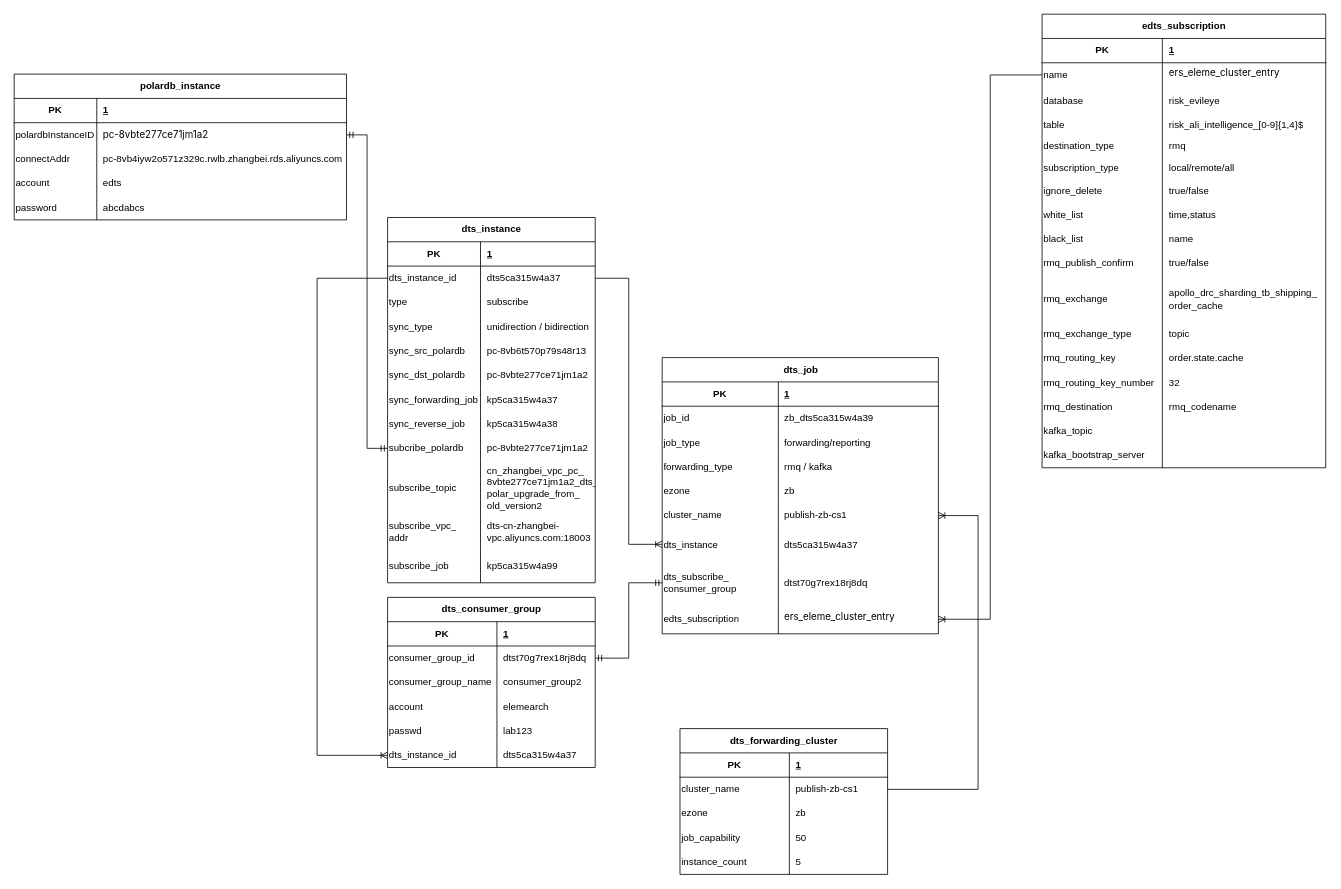
Above: page "edts-database-asso" (8 of 9) of eleme/EDTS.drawio in zhangwm1987/mydraw_io (draw.io), before the change. Source tidied: cells renumbered, new cells numbered last; positions are measured from the earlier drawing's top-left corner, leaving out a move shared by most shapes. Both pictures are drawn from the tidied source at 81%, with x=0, y=0 at pixel (14, 14).
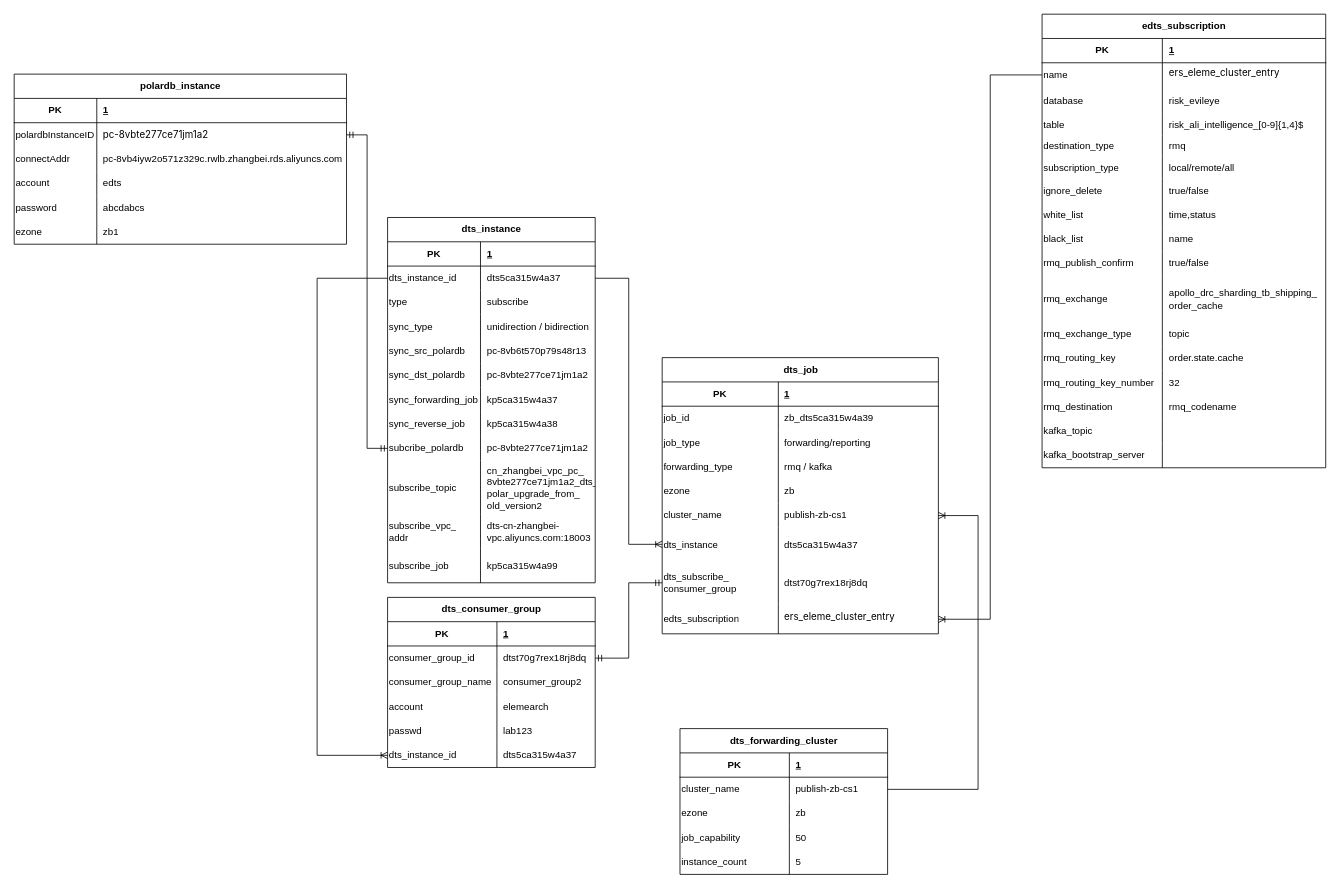
Above is the later version.

Change to the diagram source:
```diff
@@
     <mxCell id="102" value="polardb_instance" style="shape=table;startSize=30;childLayout=tableLayout;rowLines=0;fontStyle=1;align=center;html=1;" parent="1" vertex="1">
-      <mxGeometry y="74" width="410.3" height="180" as="geometry" />
+      <mxGeometry y="74" width="410.3" height="210" as="geometry" />
     </mxCell>
@@
+    <mxCell id="176" style="shape=tableRow;horizontal=0;startSize=0;swimlaneHead=0;swimlaneBody=0;fillColor=none;top=0;left=0;right=0;bottom=0;" parent="102" vertex="1">
+      <mxGeometry y="180" width="410.3" height="30" as="geometry" />
+    </mxCell>
+    <mxCell id="177" value="ezone" style="shape=partialRectangle;fillColor=none;top=0;left=0;bottom=0;right=0;overflow=hidden;whiteSpace=wrap;html=1;align=left;" parent="176" vertex="1">
+      <mxGeometry width="102" height="30" as="geometry" />
+    </mxCell>
+    <mxCell id="178" value="zb1" style="shape=partialRectangle;fillColor=none;top=0;left=0;bottom=0;right=0;align=left;spacingLeft=6;overflow=hidden;whiteSpace=wrap;html=1;" parent="176" vertex="1">
+      <mxGeometry x="102" width="308.2" height="30" as="geometry" />
+    </mxCell>
```
